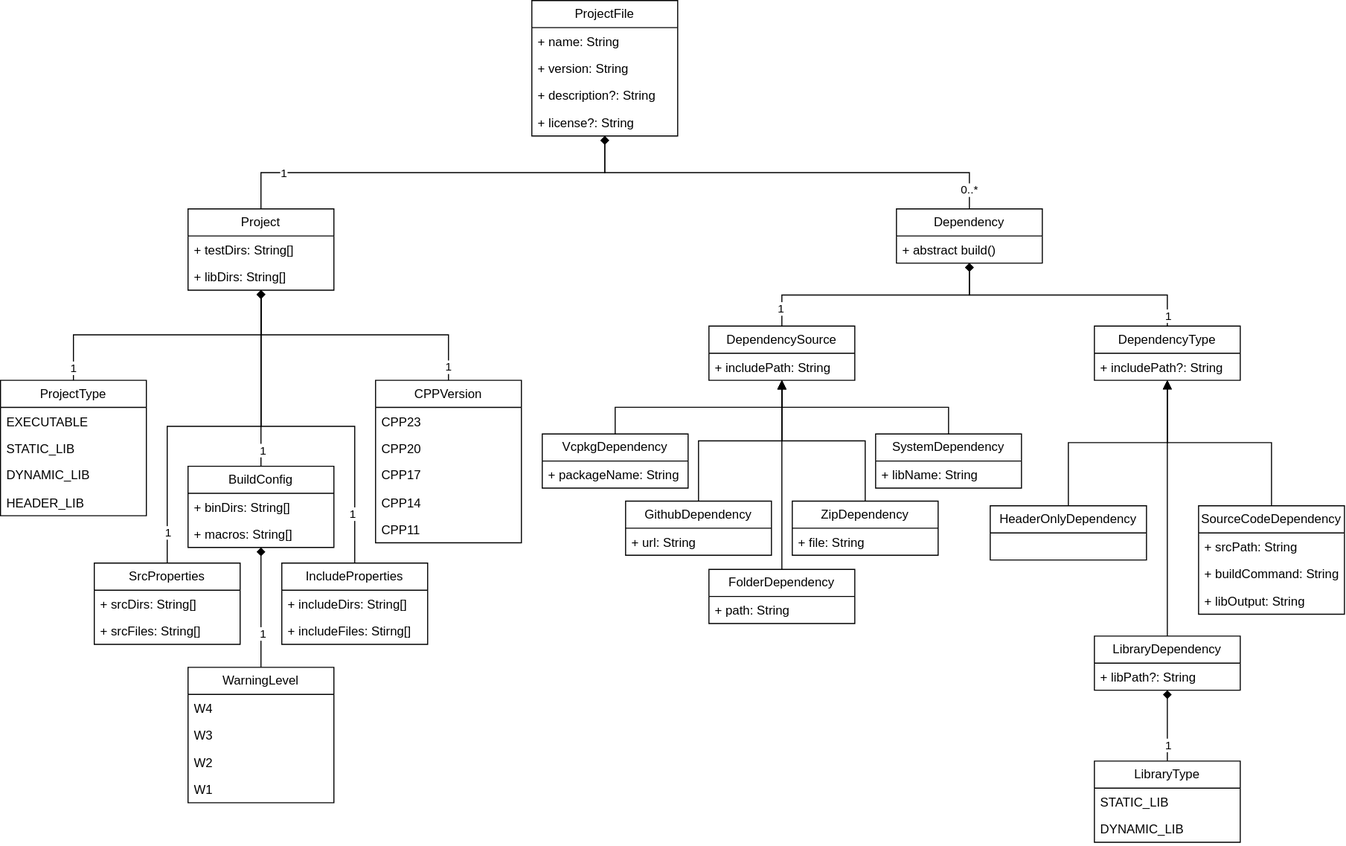
Before: uml/cpm/cpm.drawio.svg, a diagram exported from draw.io (adityarao2005/cpp-revival-project). Source tidied: cells renumbered, new cells last; positions are measured from the earlier drawing's top-left corner, leaving out a move shared by most shapes.
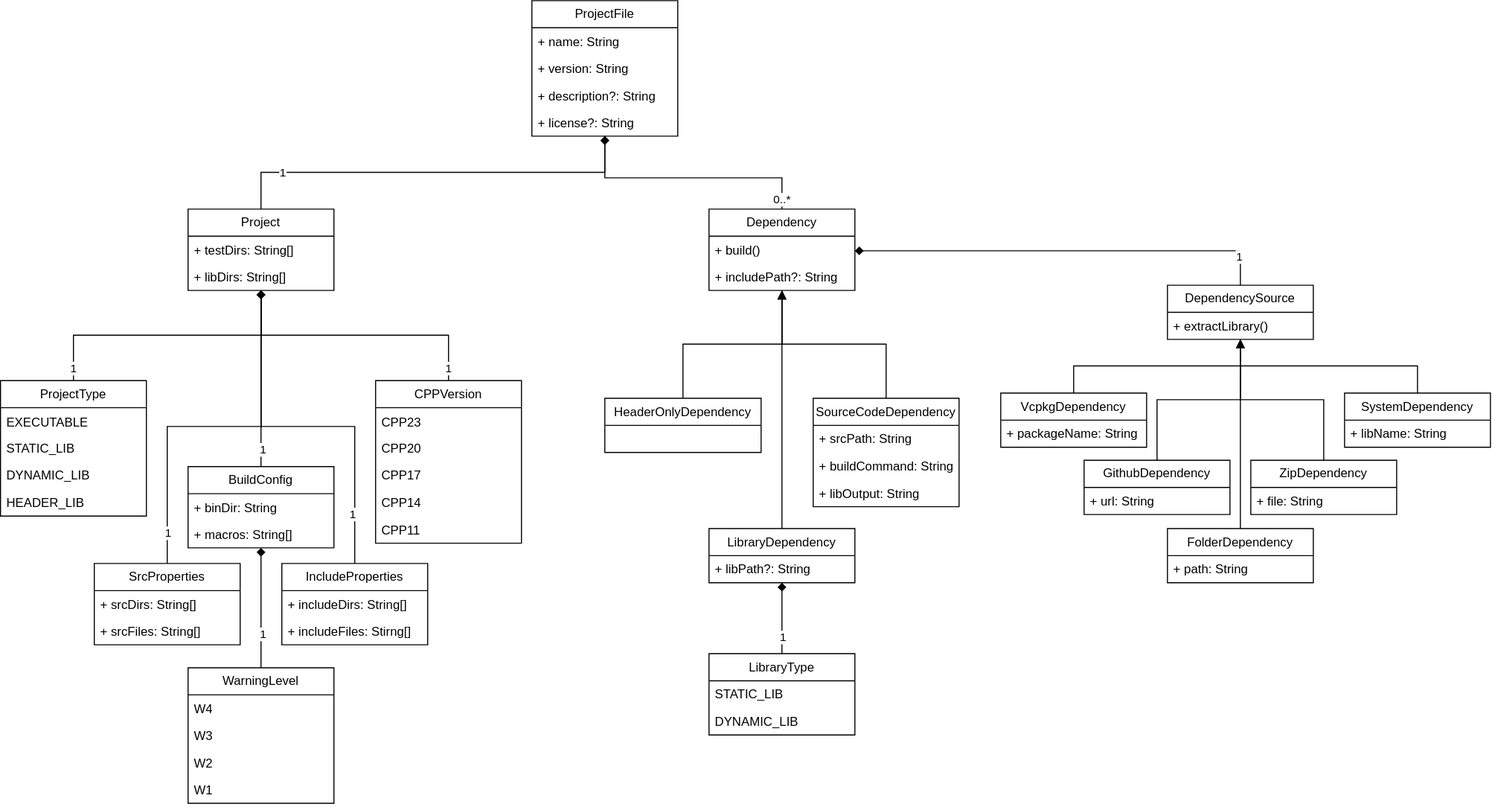
After the change.

Commit message:
Made some changes in drawio and created the model of the project in C++

The edit, as a diff of the source:
```diff
@@ -71,7 +71,7 @@
     <mxCell id="24" value="BuildConfig" style="swimlane;fontStyle=0;horizontal=1;startSize=26;fillColor=none;whiteSpace=wrap;html=1;rounded=0;" parent="1" vertex="1">
       <mxGeometry x="180" y="447" width="140" height="78" as="geometry" />
     </mxCell>
-    <mxCell id="25" value="+ binDirs: String[]" style="text;strokeColor=none;fillColor=none;align=left;verticalAlign=top;spacingLeft=4;spacingRight=4;overflow=hidden;whiteSpace=wrap;html=1;rounded=0;" parent="24" vertex="1">
+    <mxCell id="25" value="+ binDir: String" style="text;strokeColor=none;fillColor=none;align=left;verticalAlign=top;spacingLeft=4;spacingRight=4;overflow=hidden;whiteSpace=wrap;html=1;rounded=0;" parent="24" vertex="1">
       <mxGeometry y="26" width="140" height="26" as="geometry" />
     </mxCell>
     <mxCell id="26" value="+ macros: String[]" style="text;strokeColor=none;fillColor=none;align=left;verticalAlign=top;spacingLeft=4;spacingRight=4;overflow=hidden;whiteSpace=wrap;html=1;rounded=0;" parent="24" vertex="1">
@@ -147,7 +147,7 @@
       <mxGeometry relative="1" as="geometry" />
     </mxCell>
     <mxCell id="50" value="VcpkgDependency" style="swimlane;fontStyle=0;horizontal=1;startSize=26;fillColor=none;whiteSpace=wrap;html=1;rounded=0;" parent="1" vertex="1">
-      <mxGeometry x="520" y="416" width="140" height="52" as="geometry" />
+      <mxGeometry x="960" y="376.5" width="140" height="52" as="geometry" />
     </mxCell>
     <mxCell id="51" value="+ packageName: String" style="text;strokeColor=none;fillColor=none;align=left;verticalAlign=top;spacingLeft=4;spacingRight=4;overflow=hidden;whiteSpace=wrap;html=1;rounded=0;" parent="50" vertex="1">
       <mxGeometry y="26" width="140" height="26" as="geometry" />
@@ -156,7 +156,7 @@
       <mxGeometry relative="1" as="geometry" />
     </mxCell>
     <mxCell id="53" value="GithubDependency" style="swimlane;fontStyle=0;horizontal=1;startSize=26;fillColor=none;whiteSpace=wrap;html=1;rounded=0;" parent="1" vertex="1">
-      <mxGeometry x="600" y="480.5" width="140" height="52" as="geometry" />
+      <mxGeometry x="1040" y="441" width="140" height="52" as="geometry" />
     </mxCell>
     <mxCell id="54" value="+ url: String" style="text;strokeColor=none;fillColor=none;align=left;verticalAlign=top;spacingLeft=4;spacingRight=4;overflow=hidden;whiteSpace=wrap;html=1;rounded=0;" parent="53" vertex="1">
       <mxGeometry y="26" width="140" height="26" as="geometry" />
@@ -165,7 +165,7 @@
       <mxGeometry relative="1" as="geometry" />
     </mxCell>
     <mxCell id="56" value="ZipDependency" style="swimlane;fontStyle=0;horizontal=1;startSize=26;fillColor=none;whiteSpace=wrap;html=1;rounded=0;" parent="1" vertex="1">
-      <mxGeometry x="760" y="480.5" width="140" height="52" as="geometry" />
+      <mxGeometry x="1200" y="441" width="140" height="52" as="geometry" />
     </mxCell>
     <mxCell id="57" value="+ file: String" style="text;strokeColor=none;fillColor=none;align=left;verticalAlign=top;spacingLeft=4;spacingRight=4;overflow=hidden;whiteSpace=wrap;html=1;rounded=0;" parent="56" vertex="1">
       <mxGeometry y="26" width="140" height="26" as="geometry" />
@@ -174,69 +174,68 @@
       <mxGeometry relative="1" as="geometry" />
     </mxCell>
     <mxCell id="59" value="SystemDependency" style="swimlane;fontStyle=0;horizontal=1;startSize=26;fillColor=none;whiteSpace=wrap;html=1;rounded=0;" parent="1" vertex="1">
-      <mxGeometry x="840" y="416" width="140" height="52" as="geometry" />
+      <mxGeometry x="1290" y="376.5" width="140" height="52" as="geometry" />
     </mxCell>
     <mxCell id="60" value="+ libName: String" style="text;strokeColor=none;fillColor=none;align=left;verticalAlign=top;spacingLeft=4;spacingRight=4;overflow=hidden;whiteSpace=wrap;html=1;rounded=0;" parent="59" vertex="1">
       <mxGeometry y="26" width="140" height="26" as="geometry" />
     </mxCell>
-    <mxCell id="61" style="edgeStyle=elbowEdgeStyle;html=1;exitX=0.5;exitY=0;exitDx=0;exitDy=0;elbow=vertical;rounded=0;curved=0;endArrow=diamond;endFill=1;" parent="1" edge="1" source="63" target="74">
-      <mxGeometry relative="1" as="geometry" />
-    </mxCell>
-    <mxCell id="62" value="1" style="edgeLabel;html=1;align=center;verticalAlign=middle;" parent="61" vertex="1">
-      <mxGeometry x="-0.92" y="-1" relative="1" as="geometry" />
-    </mxCell>
-    <mxCell id="63" value="DependencyType" style="swimlane;fontStyle=0;horizontal=1;startSize=26;fillColor=none;whiteSpace=wrap;html=1;rounded=0;" parent="1" vertex="1">
-      <mxGeometry x="1050" y="312.5" width="140" height="52" as="geometry" />
+    <mxCell id="63" value="Dependency" style="swimlane;fontStyle=0;horizontal=1;startSize=26;fillColor=none;whiteSpace=wrap;html=1;rounded=0;" parent="1" vertex="1">
+      <mxGeometry x="680" y="200" width="140" height="78" as="geometry" />
     </mxCell>
+    <mxCell id="75" value="+ build()" style="text;strokeColor=none;fillColor=none;align=left;verticalAlign=top;spacingLeft=4;spacingRight=4;overflow=hidden;whiteSpace=wrap;html=1;rounded=0;" parent="63" vertex="1">
+      <mxGeometry y="26" width="140" height="26" as="geometry" />
+    </mxCell>
     <mxCell id="64" value="+ includePath?: String" style="text;strokeColor=none;fillColor=none;align=left;verticalAlign=top;spacingLeft=4;spacingRight=4;overflow=hidden;whiteSpace=wrap;html=1;rounded=0;" parent="63" vertex="1">
-      <mxGeometry y="26" width="140" height="26" as="geometry" />
+      <mxGeometry y="52" width="140" height="26" as="geometry" />
     </mxCell>
     <mxCell id="65" style="edgeStyle=none;html=1;exitX=0.5;exitY=0;exitDx=0;exitDy=0;endArrow=block;endFill=1;" parent="1" edge="1" source="66" target="70">
       <mxGeometry relative="1" as="geometry" />
     </mxCell>
     <mxCell id="66" value="FolderDependency" style="swimlane;fontStyle=0;horizontal=1;startSize=26;fillColor=none;whiteSpace=wrap;html=1;rounded=0;" parent="1" vertex="1">
-      <mxGeometry x="680" y="546" width="140" height="52" as="geometry" />
+      <mxGeometry x="1120" y="506.5" width="140" height="52" as="geometry" />
     </mxCell>
     <mxCell id="67" value="+ path: String" style="text;strokeColor=none;fillColor=none;align=left;verticalAlign=top;spacingLeft=4;spacingRight=4;overflow=hidden;whiteSpace=wrap;html=1;rounded=0;" parent="66" vertex="1">
       <mxGeometry y="26" width="140" height="26" as="geometry" />
     </mxCell>
-    <mxCell id="68" style="edgeStyle=elbowEdgeStyle;html=1;exitX=0.5;exitY=0;exitDx=0;exitDy=0;elbow=vertical;rounded=0;curved=0;endArrow=diamond;endFill=1;" parent="1" edge="1" source="70" target="74">
-      <mxGeometry relative="1" as="geometry" />
+    <mxCell id="68" style="edgeStyle=elbowEdgeStyle;html=1;exitX=0.5;exitY=0;exitDx=0;exitDy=0;elbow=vertical;rounded=0;curved=0;endArrow=diamond;endFill=1;" parent="1" edge="1" source="70" target="63">
+      <mxGeometry relative="1" as="geometry">
+        <Array as="points">
+          <mxPoint x="1190" y="240" />
+        </Array>
+      </mxGeometry>
     </mxCell>
     <mxCell id="69" value="1" style="edgeLabel;html=1;align=center;verticalAlign=middle;" parent="68" vertex="1">
       <mxGeometry x="-0.86" y="1" relative="1" as="geometry" />
     </mxCell>
     <mxCell id="70" value="DependencySource" style="swimlane;fontStyle=0;horizontal=1;startSize=26;fillColor=none;whiteSpace=wrap;html=1;rounded=0;" parent="1" vertex="1">
-      <mxGeometry x="680" y="312.5" width="140" height="52" as="geometry" />
+      <mxGeometry x="1120" y="273" width="140" height="52" as="geometry" />
     </mxCell>
-    <mxCell id="71" value="+ includePath: String" style="text;strokeColor=none;fillColor=none;align=left;verticalAlign=top;spacingLeft=4;spacingRight=4;overflow=hidden;whiteSpace=wrap;html=1;rounded=0;" parent="70" vertex="1">
-      <mxGeometry y="26" width="140" height="26" as="geometry" />
-    </mxCell>
+    <mxCell id="91" value="+ extractLibrary()" style="text;strokeColor=none;fillColor=none;align=left;verticalAlign=top;spacingLeft=4;spacingRight=4;overflow=hidden;whiteSpace=wrap;html=1;rounded=0;" parent="70" vertex="1">
+      <mxGeometry y="26" width="140" height="26" as="geometry" />
+    </mxCell>
-    <mxCell id="72" style="edgeStyle=elbowEdgeStyle;html=1;exitX=0.5;exitY=0;exitDx=0;exitDy=0;rounded=0;elbow=vertical;endArrow=diamond;endFill=1;" parent="1" edge="1" source="74" target="2">
-      <mxGeometry relative="1" as="geometry" />
+    <mxCell id="72" style="edgeStyle=elbowEdgeStyle;html=1;rounded=0;elbow=vertical;endArrow=diamond;endFill=1;" parent="1" edge="1" source="63" target="2">
+      <mxGeometry relative="1" as="geometry">
+        <Array as="points">
+          <mxPoint x="750" y="170" />
+        </Array>
+      </mxGeometry>
     </mxCell>
     <mxCell id="73" value="0..*" style="edgeLabel;html=1;align=center;verticalAlign=middle;" parent="72" vertex="1">
       <mxGeometry x="-0.89" y="2" relative="1" as="geometry">
         <mxPoint x="2" y="4" as="offset" />
       </mxGeometry>
     </mxCell>
-    <mxCell id="74" value="Dependency" style="swimlane;fontStyle=0;horizontal=1;startSize=26;fillColor=none;whiteSpace=wrap;html=1;rounded=0;" parent="1" vertex="1">
-      <mxGeometry x="860" y="200" width="140" height="52" as="geometry" />
-    </mxCell>
-    <mxCell id="75" value="+ abstract build()" style="text;strokeColor=none;fillColor=none;align=left;verticalAlign=top;spacingLeft=4;spacingRight=4;overflow=hidden;whiteSpace=wrap;html=1;rounded=0;" parent="74" vertex="1">
-      <mxGeometry y="26" width="140" height="26" as="geometry" />
-    </mxCell>
     <mxCell id="76" style="edgeStyle=elbowEdgeStyle;html=1;exitX=0.5;exitY=0;exitDx=0;exitDy=0;rounded=0;elbow=vertical;endArrow=block;endFill=1;" parent="1" edge="1" source="77" target="63">
       <mxGeometry relative="1" as="geometry" />
     </mxCell>
     <mxCell id="77" value="HeaderOnlyDependency" style="swimlane;fontStyle=0;horizontal=1;startSize=26;fillColor=none;whiteSpace=wrap;html=1;rounded=0;" parent="1" vertex="1">
-      <mxGeometry x="950" y="485" width="150" height="52" as="geometry" />
+      <mxGeometry x="580" y="381.5" width="150" height="52" as="geometry" />
     </mxCell>
     <mxCell id="78" style="edgeStyle=elbowEdgeStyle;html=1;exitX=0.5;exitY=0;exitDx=0;exitDy=0;rounded=0;elbow=vertical;endArrow=block;endFill=1;" parent="1" edge="1" source="79" target="63">
       <mxGeometry relative="1" as="geometry" />
     </mxCell>
     <mxCell id="79" value="SourceCodeDependency" style="swimlane;fontStyle=0;horizontal=1;startSize=26;fillColor=none;whiteSpace=wrap;html=1;rounded=0;" parent="1" vertex="1">
-      <mxGeometry x="1150" y="485" width="140" height="104" as="geometry" />
+      <mxGeometry x="780" y="381.5" width="140" height="104" as="geometry" />
     </mxCell>
     <mxCell id="80" value="+ srcPath: String" style="text;strokeColor=none;fillColor=none;align=left;verticalAlign=top;spacingLeft=4;spacingRight=4;overflow=hidden;whiteSpace=wrap;html=1;rounded=0;" parent="79" vertex="1">
       <mxGeometry y="26" width="140" height="26" as="geometry" />
@@ -251,7 +250,7 @@
       <mxGeometry relative="1" as="geometry" />
     </mxCell>
     <mxCell id="84" value="LibraryDependency" style="swimlane;fontStyle=0;horizontal=1;startSize=26;fillColor=none;whiteSpace=wrap;html=1;rounded=0;" parent="1" vertex="1">
-      <mxGeometry x="1050" y="610" width="140" height="52" as="geometry" />
+      <mxGeometry x="680" y="506.5" width="140" height="52" as="geometry" />
     </mxCell>
     <mxCell id="85" value="+ libPath?: String" style="text;strokeColor=none;fillColor=none;align=left;verticalAlign=top;spacingLeft=4;spacingRight=4;overflow=hidden;whiteSpace=wrap;html=1;rounded=0;" parent="84" vertex="1">
       <mxGeometry y="26" width="140" height="26" as="geometry" />
@@ -263,7 +262,7 @@
       <mxGeometry x="-0.53" y="-1" relative="1" as="geometry" />
     </mxCell>
     <mxCell id="88" value="LibraryType" style="swimlane;fontStyle=0;horizontal=1;startSize=26;fillColor=none;whiteSpace=wrap;html=1;" parent="1" vertex="1">
-      <mxGeometry x="1050" y="730" width="140" height="78" as="geometry" />
+      <mxGeometry x="680" y="626.5" width="140" height="78" as="geometry" />
     </mxCell>
     <mxCell id="89" value="STATIC_LIB" style="text;strokeColor=none;fillColor=none;align=left;verticalAlign=top;spacingLeft=4;spacingRight=4;overflow=hidden;whiteSpace=wrap;html=1;" parent="88" vertex="1">
       <mxGeometry y="26" width="140" height="26" as="geometry" />
```
